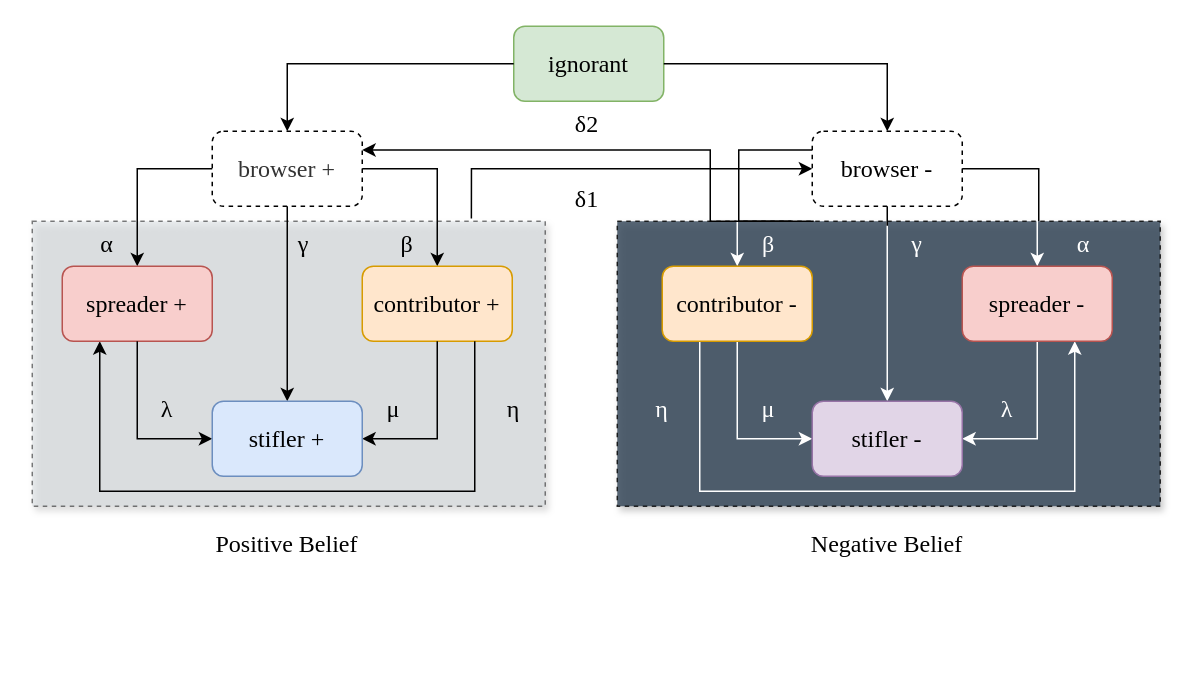
This is Copy of cms.drawio from CharmonyShen/text-to-speech, a draw.io file, before an edit. Source tidied: cells renumbered, new cells numbered last; positions are measured from the earlier drawing's top-left corner, leaving out a move shared by most shapes. Both pictures are drawn from the tidied source at 150%, with x=0, y=0 at pixel (32, 26).
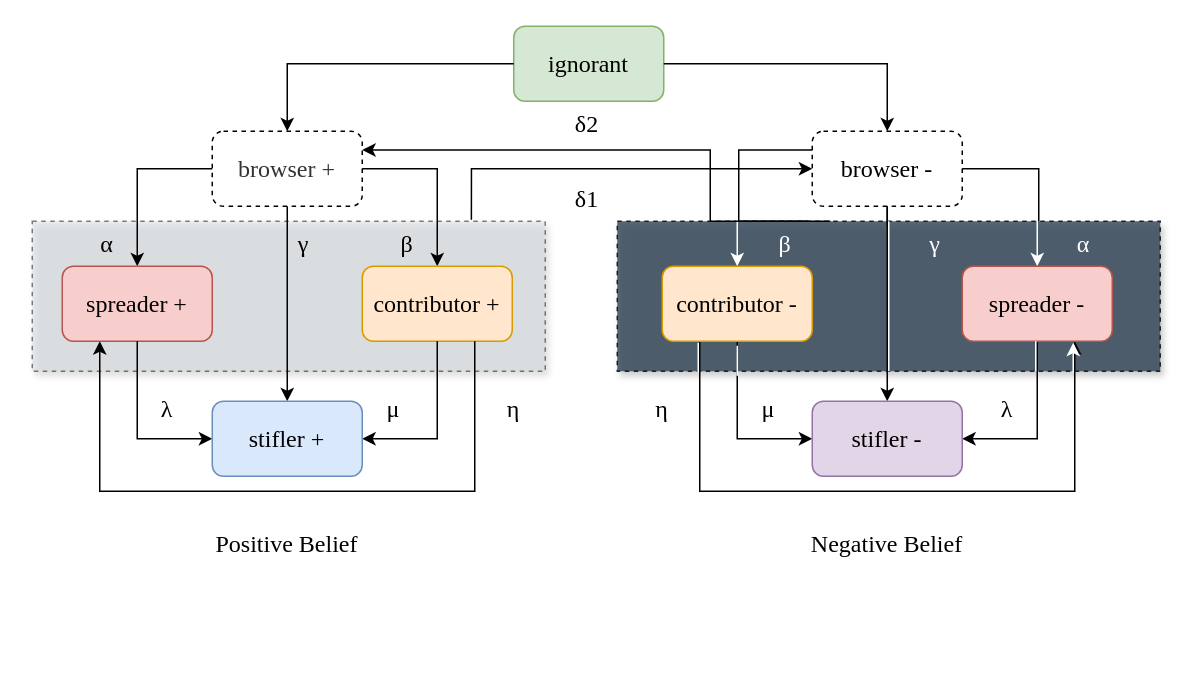
The same diagram, later.

Unchanged cells that the change refers to:
```xml
<mxCell id="17" value="&lt;font face=&quot;Times New Roman&quot; style=&quot;font-size: 16px&quot;&gt;stifler -&lt;/font&gt;" style="rounded=1;whiteSpace=wrap;html=1;fillColor=#e1d5e7;strokeColor=#9673a6;" parent="1" vertex="1">
  <mxGeometry x="520" y="250" width="100" height="50" as="geometry" />
</mxCell>
<mxCell id="23" value="&lt;font face=&quot;Times New Roman&quot; size=&quot;3&quot;&gt;spreader -&lt;br&gt;&lt;/font&gt;" style="rounded=1;whiteSpace=wrap;html=1;fillColor=#f8cecc;strokeColor=#b85450;" parent="1" vertex="1">
  <mxGeometry x="620" y="160" width="100" height="50" as="geometry" />
</mxCell>
<mxCell id="25" value="&lt;font face=&quot;Times New Roman&quot; size=&quot;3&quot;&gt;contributor -&lt;br&gt;&lt;/font&gt;" style="rounded=1;whiteSpace=wrap;html=1;fillColor=#ffe6cc;strokeColor=#d79b00;" parent="1" vertex="1">
  <mxGeometry x="420" y="160" width="100" height="50" as="geometry" />
</mxCell>
<mxCell id="27" value="&lt;font face=&quot;Times New Roman&quot; size=&quot;3&quot;&gt;&lt;font color=&quot;#000000&quot;&gt;browser -&lt;/font&gt;&lt;br&gt;&lt;/font&gt;" style="rounded=1;whiteSpace=wrap;html=1;fillColor=none;strokeColor=#000000;fontColor=#333333;gradientColor=#ffffff;dashed=1;" parent="1" vertex="1">
  <mxGeometry x="520" y="70" width="100" height="50" as="geometry" />
</mxCell>
```

Diff of the diagram source:
```diff
@@
     <mxCell id="2" style="rounded=0;whiteSpace=wrap;html=1;glass=0;dashed=1;fillColor=#D6DBDF;opacity=50;shadow=1;" parent="1" vertex="1">
-      <mxGeometry y="130" width="342" height="190" as="geometry" />
+      <mxGeometry y="130" width="342" height="100" as="geometry" />
     </mxCell>
     <mxCell id="3" style="rounded=0;whiteSpace=wrap;html=1;glass=0;dashed=1;fillColor=#2E4053;sketch=0;shadow=1;opacity=80;" parent="1" vertex="1">
-      <mxGeometry x="390" y="130" width="362" height="190" as="geometry" />
+      <mxGeometry x="390" y="130" width="362" height="100" as="geometry" />
     </mxCell>
@@
-    <mxCell id="14" style="edgeStyle=orthogonalEdgeStyle;rounded=0;jettySize=auto;html=1;exitX=0;exitY=0.5;exitDx=0;exitDy=0;entryX=0.5;entryY=1;entryDx=0;entryDy=0;startArrow=classic;startFill=1;endArrow=none;endFill=0;strokeColor=#FFFFFF;" parent="1" edge="1" source="17" target="25">
+    <mxCell id="14" style="edgeStyle=orthogonalEdgeStyle;rounded=0;jettySize=auto;html=1;exitX=0;exitY=0.5;exitDx=0;exitDy=0;entryX=0.5;entryY=1;entryDx=0;entryDy=0;startArrow=classic;startFill=1;endArrow=none;endFill=0;strokeColor=#000000;" parent="1" edge="1" source="17" target="25">
       <mxGeometry relative="1" as="geometry" />
     </mxCell>
-    <mxCell id="15" style="edgeStyle=orthogonalEdgeStyle;rounded=0;jettySize=auto;html=1;exitX=1;exitY=0.5;exitDx=0;exitDy=0;entryX=0.5;entryY=1;entryDx=0;entryDy=0;startArrow=classic;startFill=1;endArrow=none;endFill=0;strokeColor=#FFFFFF;" parent="1" edge="1" source="17" target="23">
+    <mxCell id="15" style="edgeStyle=orthogonalEdgeStyle;rounded=0;jettySize=auto;html=1;exitX=1;exitY=0.5;exitDx=0;exitDy=0;entryX=0.5;entryY=1;entryDx=0;entryDy=0;startArrow=classic;startFill=1;endArrow=none;endFill=0;strokeColor=#000000;" parent="1" edge="1" source="17" target="23">
       <mxGeometry relative="1" as="geometry" />
     </mxCell>
-    <mxCell id="16" style="edgeStyle=orthogonalEdgeStyle;rounded=0;jettySize=auto;html=1;exitX=0.5;exitY=0;exitDx=0;exitDy=0;entryX=0.5;entryY=1;entryDx=0;entryDy=0;startArrow=classic;startFill=1;endArrow=none;endFill=0;strokeColor=#FFFFFF;" parent="1" edge="1" source="17" target="27">
+    <mxCell id="16" style="edgeStyle=orthogonalEdgeStyle;rounded=0;jettySize=auto;html=1;exitX=0.5;exitY=0;exitDx=0;exitDy=0;entryX=0.5;entryY=1;entryDx=0;entryDy=0;startArrow=classic;startFill=1;endArrow=none;endFill=0;strokeColor=#000000;labelBackgroundColor=#000000;" parent="1" edge="1" source="17" target="27">
       <mxGeometry relative="1" as="geometry" />
     </mxCell>
@@
-    <mxCell id="22" style="edgeStyle=orthogonalEdgeStyle;rounded=0;jettySize=auto;html=1;exitX=0.75;exitY=1;exitDx=0;exitDy=0;entryX=0.25;entryY=1;entryDx=0;entryDy=0;startArrow=classic;startFill=1;endArrow=none;endFill=0;strokeColor=#FFFFFF;" parent="1" edge="1" source="23" target="25">
+    <mxCell id="22" style="edgeStyle=orthogonalEdgeStyle;rounded=0;jettySize=auto;html=1;exitX=0.75;exitY=1;exitDx=0;exitDy=0;entryX=0.25;entryY=1;entryDx=0;entryDy=0;startArrow=classic;startFill=1;endArrow=none;endFill=0;strokeColor=#000000;" parent="1" edge="1" source="23" target="25">
       <mxGeometry relative="1" as="geometry">
         <Array as="points">
           <mxPoint x="695" y="310" />
           <mxPoint x="445" y="310" />
         </Array>
       </mxGeometry>
     </mxCell>
@@
     <mxCell id="34" value="β" style="text;html=1;strokeColor=none;fillColor=none;align=center;verticalAlign=middle;whiteSpace=wrap;rounded=0;fontFamily=Times New Roman;fontSize=16;fontColor=#FFFFFF;" parent="1" vertex="1">
-      <mxGeometry x="461" y="130" width="60" height="30" as="geometry" />
+      <mxGeometry x="472" y="130" width="60" height="30" as="geometry" />
     </mxCell>
     <mxCell id="35" value="γ" style="text;html=1;strokeColor=none;fillColor=none;align=center;verticalAlign=middle;whiteSpace=wrap;rounded=0;fontFamily=Times New Roman;fontSize=16;fontColor=#FFFFFF;" parent="1" vertex="1">
-      <mxGeometry x="560" y="130" width="60" height="30" as="geometry" />
+      <mxGeometry x="572" y="130" width="60" height="30" as="geometry" />
     </mxCell>
@@
-    <mxCell id="39" value="λ" style="text;html=1;strokeColor=none;fillColor=none;align=center;verticalAlign=middle;whiteSpace=wrap;rounded=0;fontFamily=Times New Roman;fontSize=16;fontColor=#FFFFFF;" parent="1" vertex="1">
+    <mxCell id="39" value="λ" style="text;html=1;strokeColor=none;fillColor=none;align=center;verticalAlign=middle;whiteSpace=wrap;rounded=0;fontFamily=Times New Roman;fontSize=16;fontColor=#000000;" parent="1" vertex="1">
       <mxGeometry x="620" y="240" width="60" height="30" as="geometry" />
     </mxCell>
-    <mxCell id="40" value="μ" style="text;html=1;strokeColor=none;fillColor=none;align=center;verticalAlign=middle;whiteSpace=wrap;rounded=0;fontFamily=Times New Roman;fontSize=16;fontColor=#FFFFFF;" parent="1" vertex="1">
+    <mxCell id="40" value="μ" style="text;html=1;strokeColor=none;fillColor=none;align=center;verticalAlign=middle;whiteSpace=wrap;rounded=0;fontFamily=Times New Roman;fontSize=16;fontColor=#000000;" parent="1" vertex="1">
       <mxGeometry x="461" y="240" width="60" height="30" as="geometry" />
     </mxCell>
@@
-    <mxCell id="43" value="η" style="text;html=1;strokeColor=none;fillColor=none;align=center;verticalAlign=middle;whiteSpace=wrap;rounded=0;fontFamily=Times New Roman;fontSize=16;fontColor=#FFFFFF;" parent="1" vertex="1">
+    <mxCell id="43" value="η" style="text;html=1;strokeColor=none;fillColor=none;align=center;verticalAlign=middle;whiteSpace=wrap;rounded=0;fontFamily=Times New Roman;fontSize=16;fontColor=#000000;" parent="1" vertex="1">
       <mxGeometry x="390" y="240" width="60" height="30" as="geometry" />
     </mxCell>
@@
+    <mxCell id="49" style="endArrow=none;html=1;rounded=0;labelBackgroundColor=#000000;fontFamily=Times New Roman;fontSize=16;fontColor=#000000;strokeColor=#FFFFFF;" parent="1" edge="1">
+      <mxGeometry relative="1" as="geometry">
+        <mxPoint x="444" y="231" as="sourcePoint" />
+        <mxPoint x="444" y="211" as="targetPoint" />
+      </mxGeometry>
+    </mxCell>
+    <mxCell id="50" style="endArrow=none;html=1;rounded=0;labelBackgroundColor=#000000;fontFamily=Times New Roman;fontSize=16;fontColor=#000000;strokeColor=#FFFFFF;" parent="1" edge="1">
+      <mxGeometry relative="1" as="geometry">
+        <mxPoint x="470" y="233" as="sourcePoint" />
+        <mxPoint x="470" y="213" as="targetPoint" />
+      </mxGeometry>
+    </mxCell>
+    <mxCell id="51" style="endArrow=none;html=1;rounded=0;labelBackgroundColor=#000000;fontFamily=Times New Roman;fontSize=16;fontColor=#000000;strokeColor=#FFFFFF;exitX=0.5;exitY=1;exitDx=0;exitDy=0;" parent="1" edge="1" source="3">
+      <mxGeometry relative="1" as="geometry">
+        <mxPoint x="571" y="130" as="targetPoint" />
+      </mxGeometry>
+    </mxCell>
+    <mxCell id="52" style="endArrow=none;html=1;rounded=0;labelBackgroundColor=#000000;fontFamily=Times New Roman;fontSize=16;fontColor=#000000;strokeColor=#FFFFFF;" parent="1" edge="1">
+      <mxGeometry relative="1" as="geometry">
+        <mxPoint x="669" y="230" as="sourcePoint" />
+        <mxPoint x="669" y="210" as="targetPoint" />
+      </mxGeometry>
+    </mxCell>
+    <mxCell id="53" style="endArrow=classic;html=1;rounded=0;labelBackgroundColor=#000000;fontFamily=Times New Roman;fontSize=16;fontColor=#000000;strokeColor=#FFFFFF;startArrow=none;startFill=0;endFill=1;" parent="1" edge="1">
+      <mxGeometry relative="1" as="geometry">
+        <mxPoint x="694" y="231" as="sourcePoint" />
+        <mxPoint x="694" y="211" as="targetPoint" />
+      </mxGeometry>
+    </mxCell>
```
